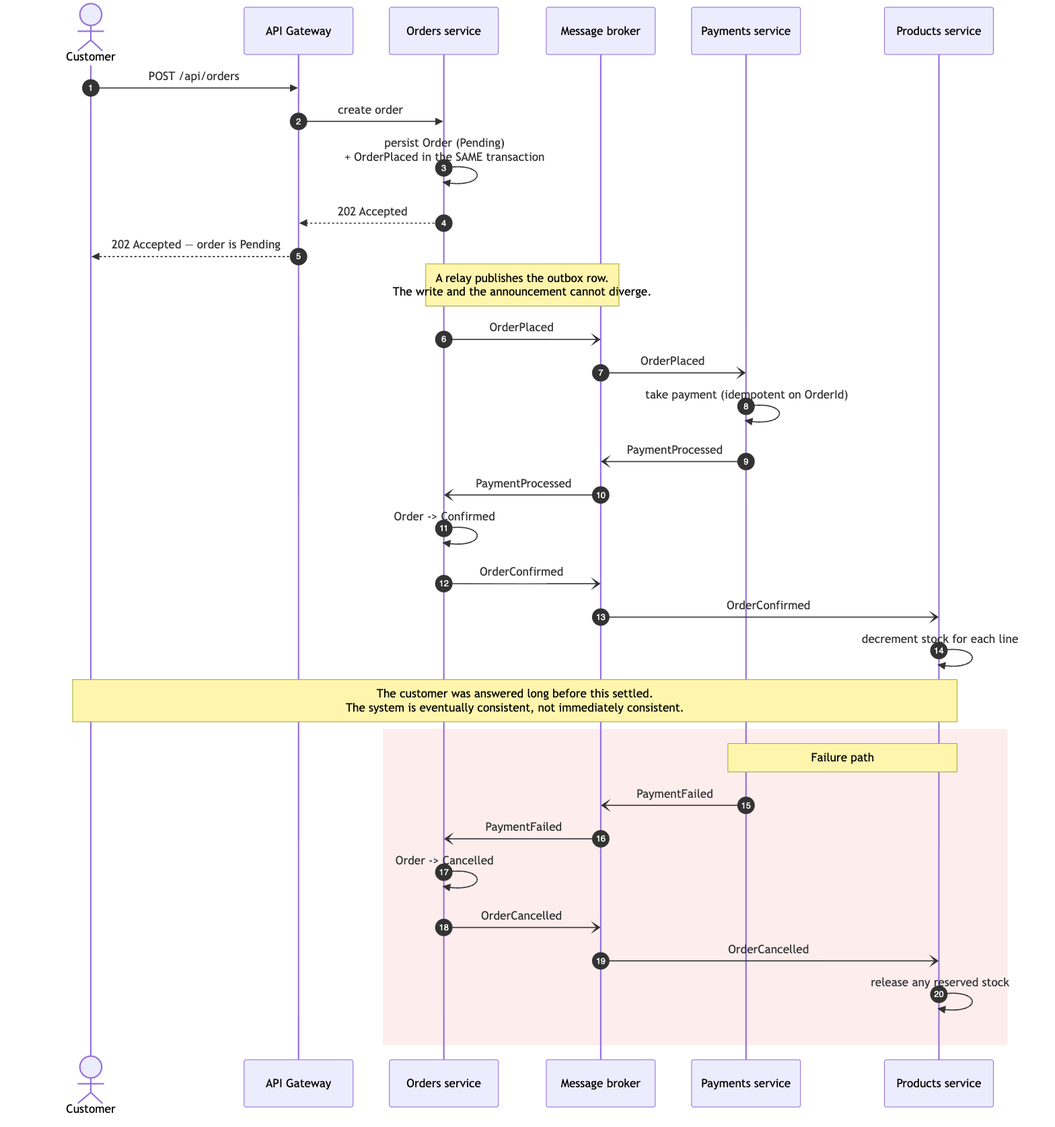
muneeb-devp/products-service-coding-test keeps this Mermaid diagram as docs/sequence.png. Above is the earlier version. Its source is kept beside it as docs/sequence.mmd.
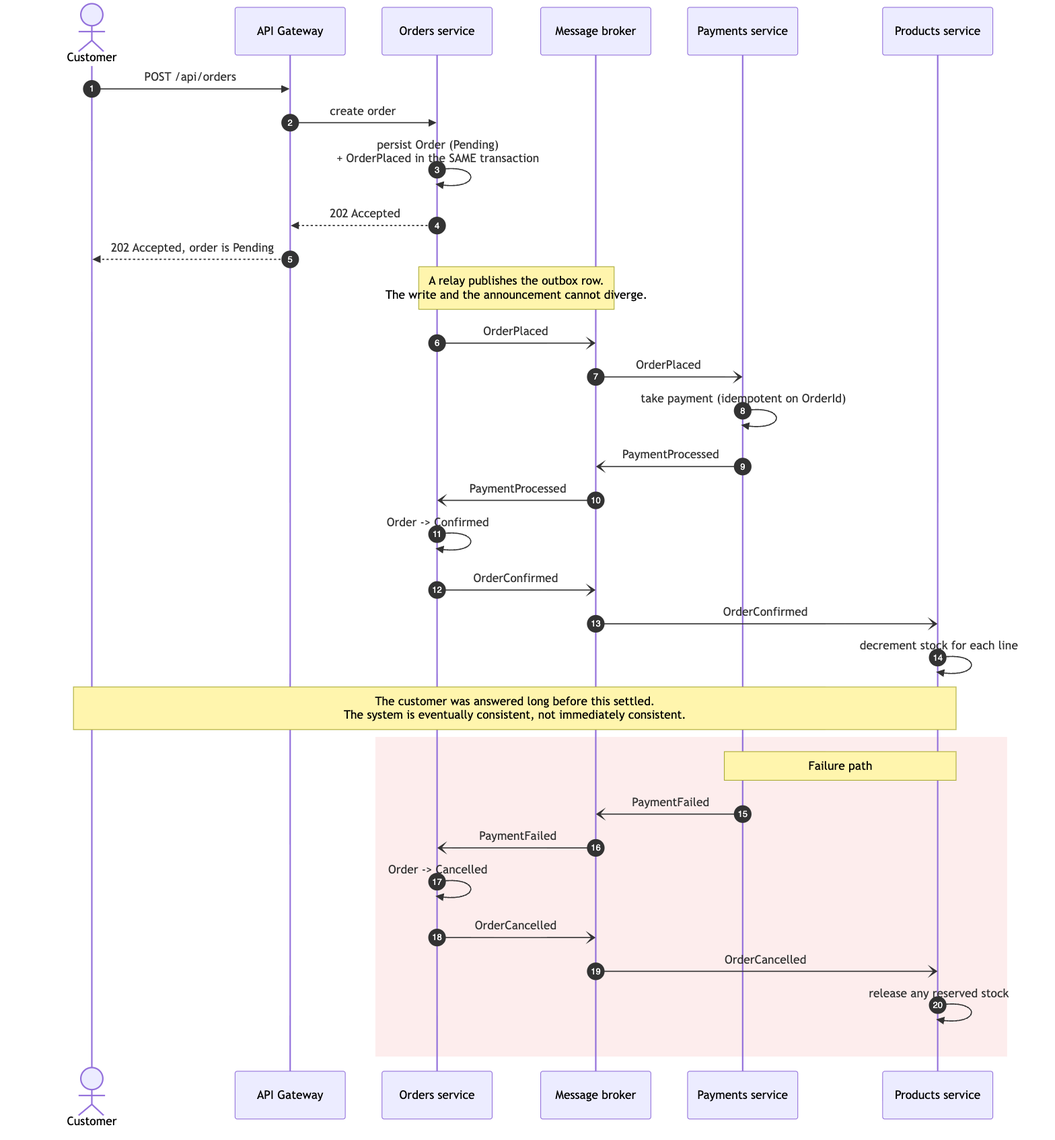
Later version of the same file.

The edit, as a diff of the source:
```diff
@@ -11,7 +11,7 @@
     GW->>Orders: create order
     Orders->>Orders: persist Order (Pending)<br/>+ OrderPlaced in the SAME transaction
     Orders-->>GW: 202 Accepted
-    GW-->>Customer: 202 Accepted — order is Pending
+    GW-->>Customer: 202 Accepted, order is Pending
 
     Note over Orders,Broker: A relay publishes the outbox row.<br/>The write and the announcement cannot diverge.
     Orders-)Broker: OrderPlaced
```
